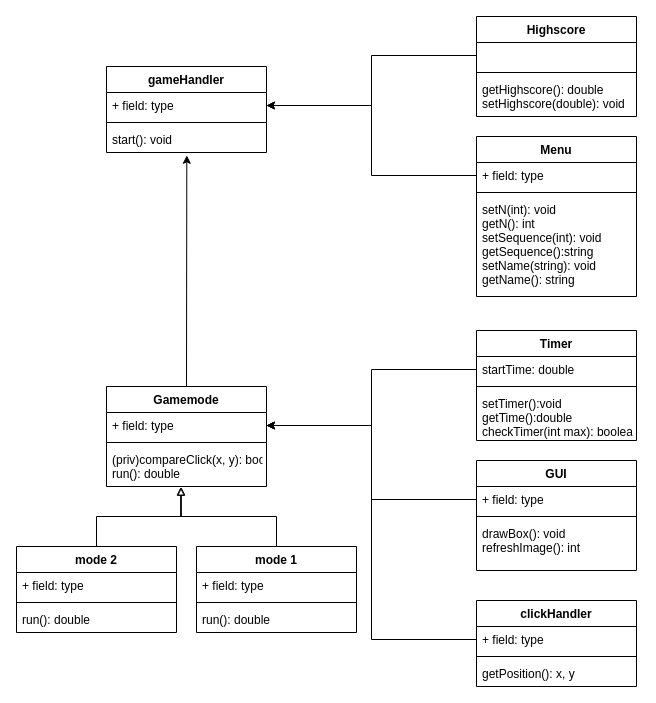
Earlier version of the draw.io diagram Klassendiagramm.drawio (CR0454/reaction_game). Source tidied: cells renumbered, new cells numbered last; positions are measured from the earlier drawing's top-left corner, leaving out a move shared by most shapes. Both pictures are drawn from the tidied source at 100%, with x=0, y=0 at pixel (16, 16).
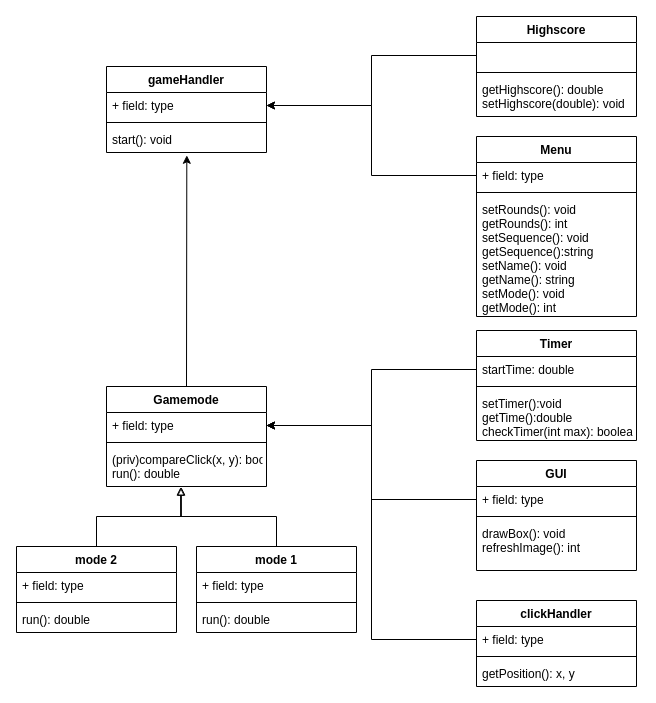
Above is the later version.

Change to the diagram source:
```diff
@@
     <mxCell id="2" value="Menu" style="swimlane;fontStyle=1;align=center;verticalAlign=top;horizontal=1;startSize=26;" parent="1" vertex="1">
-      <mxGeometry x="460" y="120" width="160" height="160" as="geometry" />
+      <mxGeometry x="460" y="120" width="160" height="180" as="geometry" />
     </mxCell>
@@
-    <mxCell id="5" value="setN(int): void&#10;getN(): int&#10;setSequence(int): void&#10;getSequence():string&#10;setName(string): void&#10;getName(): string" style="text;strokeColor=none;fillColor=none;align=left;verticalAlign=top;spacingLeft=4;spacingRight=4;overflow=hidden;" parent="2" vertex="1">
-      <mxGeometry y="60" width="160" height="100" as="geometry" />
+    <mxCell id="5" value="setRounds(): void&#10;getRounds(): int&#10;setSequence(): void&#10;getSequence():string&#10;setName(): void&#10;getName(): string&#10;setMode(): void&#10;getMode(): int" style="text;strokeColor=none;fillColor=none;align=left;verticalAlign=top;spacingLeft=4;spacingRight=4;overflow=hidden;" parent="2" vertex="1">
+      <mxGeometry y="60" width="160" height="120" as="geometry" />
     </mxCell>
```
